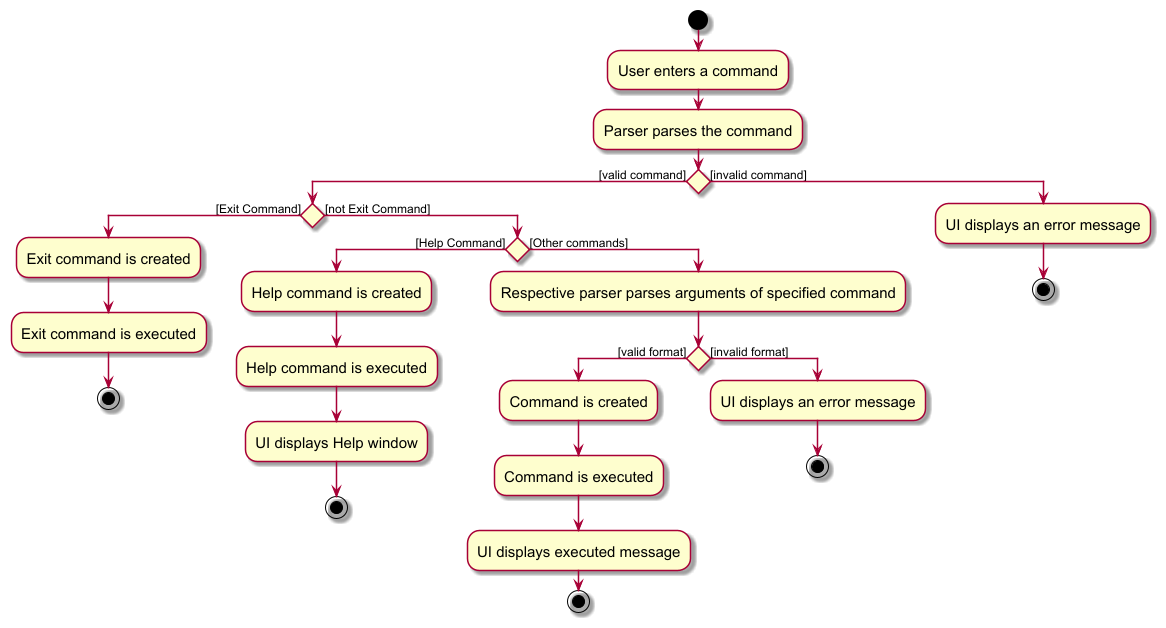
Above: docs/images/GeneralFlowActivity.png in nus-cs2103-AY2425S1/tp (PlantUML), before the change.
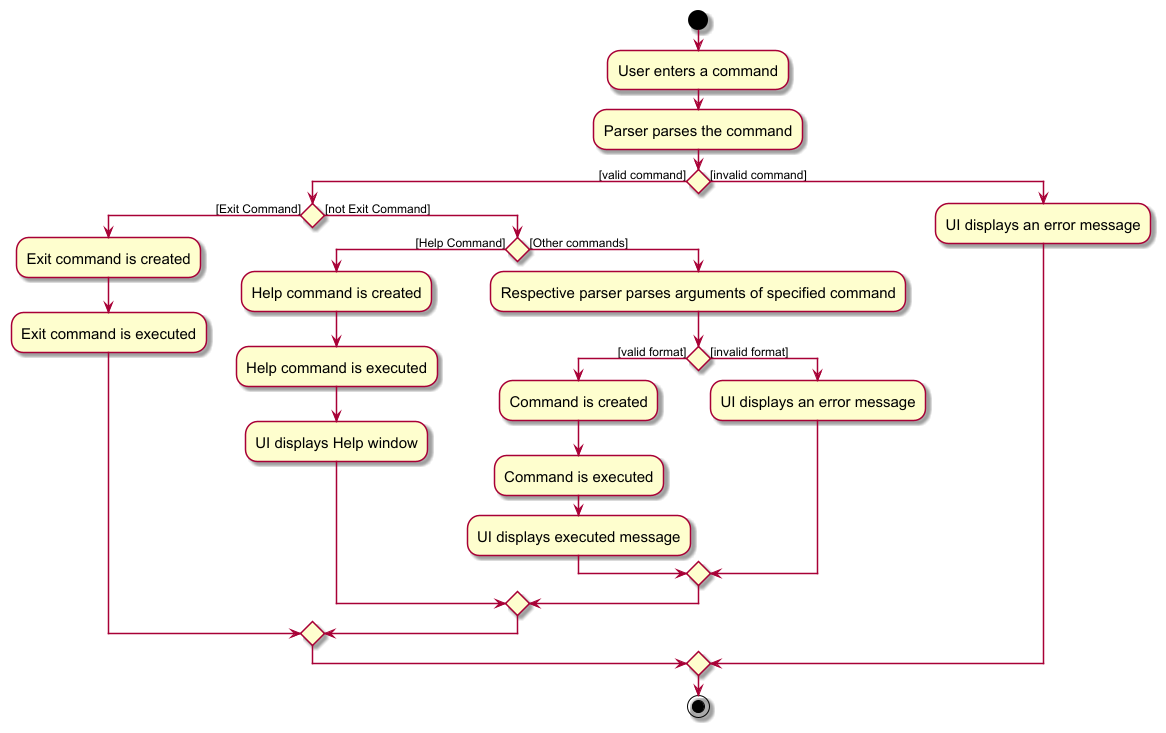
After the commit.

Change to the diagram source:
```diff
@@ -11,29 +11,29 @@
     if () then ([Exit Command])
         :Exit command is created;
         :Exit command is executed;
-        stop
+
     else ([not Exit Command])
         if () then ([Help Command])
             :Help command is created;
             :Help command is executed;
             :UI displays Help window;
-            stop
+
         else ([Other commands])
             :Respective parser parses arguments of specified command;
             if () then ([valid format])
                 :Command is created;
                 :Command is executed;
                 :UI displays executed message;
-                stop
+
             else ([invalid format])
                 :UI displays an error message;
-                stop
+
             endif
         endif
     endif
 else ([invalid command])
     :UI displays an error message;
-    stop
+
 endif
-
+stop
 @enduml
```
